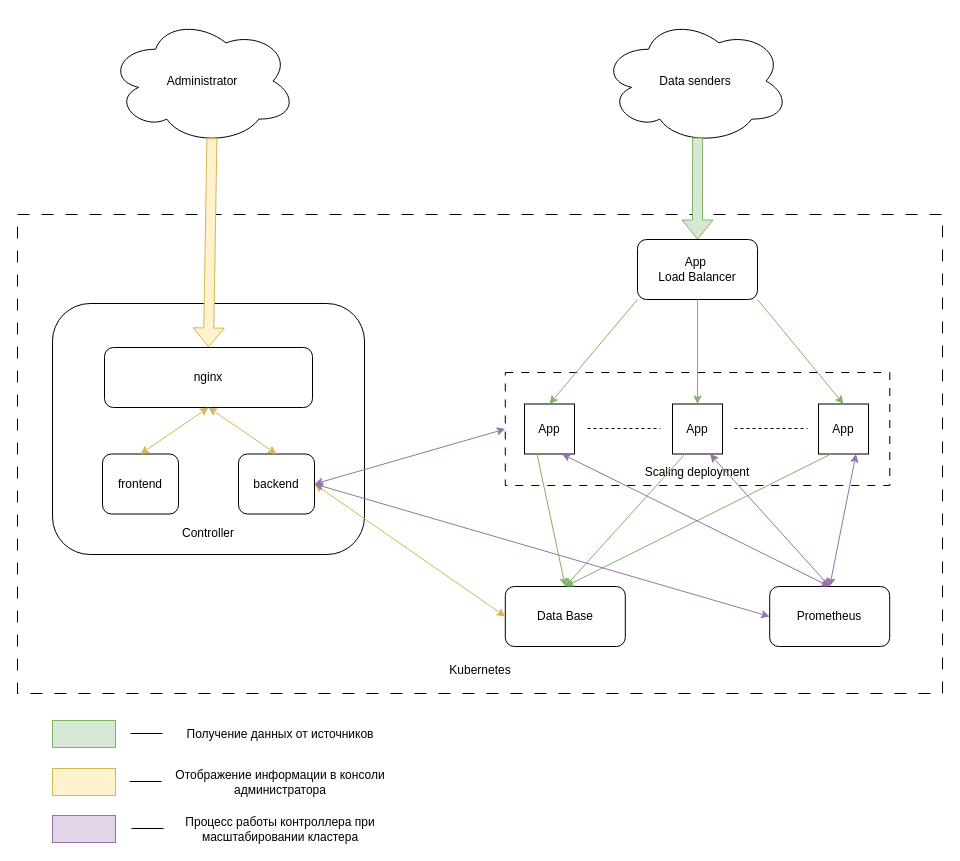
SkiStalker/BachelorsDegree keeps this draw.io diagram as text/diploma.drawio. Above is the earlier version. Source tidied: cells renumbered, new cells numbered last; positions are measured from the earlier drawing's top-left corner, leaving out a move shared by most shapes. Both pictures are drawn from the tidied source at 100%, with x=0, y=0 at pixel (17, 17).
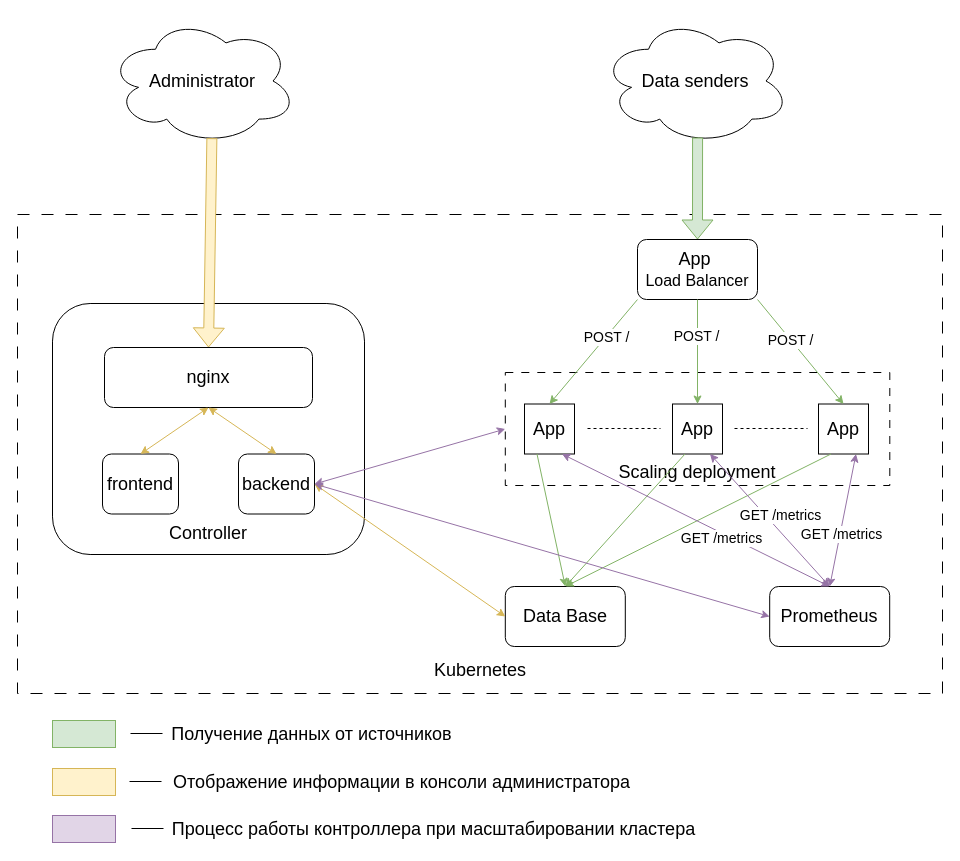
After the change.

Unchanged cells that the change refers to:
```xml
<mxCell id="11" style="endArrow=classic;html=1;rounded=0;exitX=0;exitY=1;exitDx=0;exitDy=0;entryX=0.5;entryY=0;entryDx=0;entryDy=0;fillColor=#d5e8d4;strokeColor=#82b366;" parent="1" edge="1" source="3" target="7">
  <mxGeometry relative="1" as="geometry" />
</mxCell>
<mxCell id="12" style="endArrow=classic;html=1;rounded=0;exitX=0.5;exitY=1;exitDx=0;exitDy=0;entryX=0.5;entryY=0;entryDx=0;entryDy=0;fillColor=#d5e8d4;strokeColor=#82b366;" parent="1" edge="1" source="3" target="6">
  <mxGeometry relative="1" as="geometry" />
</mxCell>
<mxCell id="13" style="endArrow=classic;html=1;rounded=0;exitX=1;exitY=1;exitDx=0;exitDy=0;entryX=0.5;entryY=0;entryDx=0;entryDy=0;fillColor=#d5e8d4;strokeColor=#82b366;" parent="1" edge="1" source="3" target="8">
  <mxGeometry relative="1" as="geometry" />
</mxCell>
<mxCell id="26" style="endArrow=classic;startArrow=classic;html=1;rounded=0;entryX=0.75;entryY=1;entryDx=0;entryDy=0;exitX=0.5;exitY=0;exitDx=0;exitDy=0;fillColor=#e1d5e7;strokeColor=#9673a6;" parent="1" edge="1" source="25" target="8">
  <mxGeometry relative="1" as="geometry" />
</mxCell>
<mxCell id="27" style="endArrow=classic;startArrow=classic;html=1;rounded=0;entryX=0.75;entryY=1;entryDx=0;entryDy=0;exitX=0.5;exitY=0;exitDx=0;exitDy=0;fillColor=#e1d5e7;strokeColor=#9673a6;" parent="1" edge="1" source="25" target="6">
  <mxGeometry relative="1" as="geometry" />
</mxCell>
<mxCell id="28" style="endArrow=classic;startArrow=classic;html=1;rounded=0;entryX=0.75;entryY=1;entryDx=0;entryDy=0;exitX=0.5;exitY=0;exitDx=0;exitDy=0;fillColor=#e1d5e7;strokeColor=#9673a6;" parent="1" edge="1" source="25" target="7">
  <mxGeometry relative="1" as="geometry" />
</mxCell>
```

What changed in the source:
```diff
@@
-    <mxCell id="3" value="App&amp;nbsp;&lt;div&gt;&lt;span style=&quot;background-color: initial;&quot;&gt;Load Balancer&lt;/span&gt;&lt;br&gt;&lt;/div&gt;" style="rounded=1;whiteSpace=wrap;html=1;" parent="1" vertex="1">
+    <mxCell id="3" value="&lt;font style=&quot;font-size: 18px;&quot;&gt;App&amp;nbsp;&lt;/font&gt;&lt;div&gt;&lt;span style=&quot;background-color: initial;&quot;&gt;&lt;font size=&quot;3&quot;&gt;Load Balancer&lt;/font&gt;&lt;/span&gt;&lt;br&gt;&lt;/div&gt;" style="rounded=1;whiteSpace=wrap;html=1;" parent="1" vertex="1">
       <mxGeometry x="620" y="222" width="120" height="60" as="geometry" />
     </mxCell>
@@
-    <mxCell id="5" value="Scaling deployment" style="text;html=1;align=center;verticalAlign=middle;whiteSpace=wrap;rounded=0;" parent="1" vertex="1">
-      <mxGeometry x="610" y="440" width="140" height="30" as="geometry" />
+    <mxCell id="5" value="&lt;font style=&quot;font-size: 18px;&quot;&gt;Scaling deployment&lt;/font&gt;" style="text;html=1;align=center;verticalAlign=middle;whiteSpace=wrap;rounded=0;" parent="1" vertex="1">
+      <mxGeometry x="593" y="440" width="174" height="30" as="geometry" />
     </mxCell>
-    <mxCell id="6" value="App" style="whiteSpace=wrap;html=1;" parent="1" vertex="1">
+    <mxCell id="6" value="&lt;font style=&quot;font-size: 18px;&quot;&gt;App&lt;/font&gt;" style="whiteSpace=wrap;html=1;" parent="1" vertex="1">
       <mxGeometry x="655" y="386.5" width="50" height="50" as="geometry" />
     </mxCell>
-    <mxCell id="7" value="App" style="whiteSpace=wrap;html=1;" parent="1" vertex="1">
+    <mxCell id="7" value="&lt;font style=&quot;font-size: 18px;&quot;&gt;App&lt;/font&gt;" style="whiteSpace=wrap;html=1;" parent="1" vertex="1">
       <mxGeometry x="507" y="386.5" width="50" height="50" as="geometry" />
     </mxCell>
-    <mxCell id="8" value="App" style="whiteSpace=wrap;html=1;" parent="1" vertex="1">
+    <mxCell id="8" value="&lt;font style=&quot;font-size: 18px;&quot;&gt;App&lt;/font&gt;" style="whiteSpace=wrap;html=1;" parent="1" vertex="1">
       <mxGeometry x="801" y="386.5" width="50" height="50" as="geometry" />
     </mxCell>
@@
+    <mxCell id="46" value="POST /" style="edgeLabel;html=1;align=center;verticalAlign=middle;fontSize=14;" parent="11" vertex="1">
+      <mxGeometry x="-0.3" y="1" relative="1" as="geometry">
+        <mxPoint x="-1" as="offset" />
+      </mxGeometry>
+    </mxCell>
@@
+    <mxCell id="47" value="&lt;font style=&quot;font-size: 14px;&quot;&gt;POST /&lt;/font&gt;" style="edgeLabel;html=1;align=center;verticalAlign=middle;" parent="12" vertex="1">
+      <mxGeometry x="-0.25" y="-1" relative="1" as="geometry">
+        <mxPoint x="-1" y="-3" as="offset" />
+      </mxGeometry>
+    </mxCell>
@@
+    <mxCell id="48" value="&lt;font style=&quot;font-size: 14px;&quot;&gt;POST /&lt;/font&gt;" style="edgeLabel;html=1;align=center;verticalAlign=middle;" parent="13" vertex="1">
+      <mxGeometry x="-0.31" relative="1" as="geometry">
+        <mxPoint x="3" y="4" as="offset" />
+      </mxGeometry>
+    </mxCell>
-    <mxCell id="14" value="&lt;span style=&quot;background-color: rgb(255, 255, 255);&quot;&gt;Data Base&lt;/span&gt;" style="rounded=1;whiteSpace=wrap;html=1;" parent="1" vertex="1">
+    <mxCell id="14" value="&lt;span style=&quot;background-color: rgb(255, 255, 255);&quot;&gt;&lt;font style=&quot;font-size: 18px;&quot;&gt;Data Base&lt;/font&gt;&lt;/span&gt;" style="rounded=1;whiteSpace=wrap;html=1;" parent="1" vertex="1">
       <mxGeometry x="487.8" y="569" width="120" height="60" as="geometry" />
     </mxCell>
@@
-    <mxCell id="19" value="Controller" style="text;html=1;align=center;verticalAlign=middle;whiteSpace=wrap;rounded=0;" parent="1" vertex="1">
+    <mxCell id="19" value="&lt;font style=&quot;font-size: 18px;&quot;&gt;Controller&lt;/font&gt;" style="text;html=1;align=center;verticalAlign=middle;whiteSpace=wrap;rounded=0;" parent="1" vertex="1">
       <mxGeometry x="161" y="501" width="60" height="30" as="geometry" />
     </mxCell>
-    <mxCell id="20" value="nginx" style="rounded=1;whiteSpace=wrap;html=1;" parent="1" vertex="1">
+    <mxCell id="20" value="&lt;font style=&quot;font-size: 18px;&quot;&gt;nginx&lt;/font&gt;" style="rounded=1;whiteSpace=wrap;html=1;" parent="1" vertex="1">
       <mxGeometry x="87" y="330" width="208" height="60" as="geometry" />
     </mxCell>
-    <mxCell id="21" value="frontend" style="rounded=1;whiteSpace=wrap;html=1;" parent="1" vertex="1">
+    <mxCell id="21" value="&lt;font style=&quot;font-size: 18px;&quot;&gt;frontend&lt;/font&gt;" style="rounded=1;whiteSpace=wrap;html=1;" parent="1" vertex="1">
       <mxGeometry x="85" y="436.5" width="76" height="60" as="geometry" />
     </mxCell>
-    <mxCell id="22" value="backend" style="rounded=1;whiteSpace=wrap;html=1;" parent="1" vertex="1">
+    <mxCell id="22" value="&lt;font style=&quot;font-size: 18px;&quot;&gt;backend&lt;/font&gt;" style="rounded=1;whiteSpace=wrap;html=1;" parent="1" vertex="1">
       <mxGeometry x="221" y="436.5" width="76" height="60" as="geometry" />
     </mxCell>
@@
-    <mxCell id="25" value="Prometheus" style="rounded=1;whiteSpace=wrap;html=1;" parent="1" vertex="1">
+    <mxCell id="25" value="&lt;font style=&quot;font-size: 18px;&quot;&gt;Prometheus&lt;/font&gt;" style="rounded=1;whiteSpace=wrap;html=1;" parent="1" vertex="1">
       <mxGeometry x="752.2" y="569" width="120" height="60" as="geometry" />
     </mxCell>
@@
+    <mxCell id="49" value="&lt;font style=&quot;font-size: 14px;&quot;&gt;GET /metrics&lt;/font&gt;" style="edgeLabel;html=1;align=center;verticalAlign=middle;" parent="26" vertex="1">
+      <mxGeometry x="-0.2" y="-1" relative="1" as="geometry" />
+    </mxCell>
@@
+    <mxCell id="50" value="&lt;font style=&quot;font-size: 14px;&quot;&gt;GET /metrics&lt;/font&gt;" style="edgeLabel;html=1;align=center;verticalAlign=middle;" parent="27" vertex="1">
+      <mxGeometry x="-0.11" relative="1" as="geometry">
+        <mxPoint x="3" y="-13" as="offset" />
+      </mxGeometry>
+    </mxCell>
@@
+    <mxCell id="51" value="&lt;font style=&quot;font-size: 14px;&quot;&gt;GET /metrics&lt;/font&gt;" style="edgeLabel;html=1;align=center;verticalAlign=middle;" parent="28" vertex="1">
+      <mxGeometry x="-0.19" y="1" relative="1" as="geometry">
+        <mxPoint y="4" as="offset" />
+      </mxGeometry>
+    </mxCell>
@@
-    <mxCell id="32" value="Data senders" style="ellipse;shape=cloud;whiteSpace=wrap;html=1;" parent="1" vertex="1">
+    <mxCell id="32" value="&lt;font style=&quot;font-size: 18px;&quot;&gt;Data senders&lt;/font&gt;" style="ellipse;shape=cloud;whiteSpace=wrap;html=1;" parent="1" vertex="1">
       <mxGeometry x="584" width="188" height="127" as="geometry" />
     </mxCell>
-    <mxCell id="33" value="Administrator" style="ellipse;shape=cloud;whiteSpace=wrap;html=1;" parent="1" vertex="1">
+    <mxCell id="33" value="&lt;font style=&quot;font-size: 18px;&quot;&gt;Administrator&lt;/font&gt;" style="ellipse;shape=cloud;whiteSpace=wrap;html=1;" parent="1" vertex="1">
       <mxGeometry x="91" width="188" height="127" as="geometry" />
     </mxCell>
@@
-    <mxCell id="39" value="Получение данных от источников" style="text;html=1;align=center;verticalAlign=middle;whiteSpace=wrap;rounded=0;" parent="1" vertex="1">
-      <mxGeometry x="135" y="701.5" width="256" height="30" as="geometry" />
+    <mxCell id="39" value="&lt;font style=&quot;font-size: 18px;&quot;&gt;Получение данных от источников&lt;/font&gt;" style="text;html=1;align=center;verticalAlign=middle;whiteSpace=wrap;rounded=0;" parent="1" vertex="1">
+      <mxGeometry x="135" y="701.5" width="319" height="30" as="geometry" />
     </mxCell>
-    <mxCell id="40" value="Отображение информации в консоли администратора" style="text;html=1;align=center;verticalAlign=middle;whiteSpace=wrap;rounded=0;" parent="1" vertex="1">
-      <mxGeometry x="135" y="749.5" width="256" height="30" as="geometry" />
+    <mxCell id="40" value="&lt;font style=&quot;font-size: 18px;&quot;&gt;Отображение информации в консоли администратора&lt;/font&gt;" style="text;html=1;align=center;verticalAlign=middle;whiteSpace=wrap;rounded=0;" parent="1" vertex="1">
+      <mxGeometry x="135" y="749.5" width="499" height="30" as="geometry" />
     </mxCell>
-    <mxCell id="41" value="Процесс работы контроллера при масштабировании кластера" style="text;html=1;align=center;verticalAlign=middle;whiteSpace=wrap;rounded=0;" parent="1" vertex="1">
-      <mxGeometry x="135" y="796.5" width="256" height="30" as="geometry" />
+    <mxCell id="41" value="&lt;font style=&quot;font-size: 18px;&quot;&gt;Процесс работы контроллера при масштабировании кластера&lt;/font&gt;" style="text;html=1;align=center;verticalAlign=middle;whiteSpace=wrap;rounded=0;" parent="1" vertex="1">
+      <mxGeometry x="135" y="796.5" width="563" height="30" as="geometry" />
     </mxCell>
@@
-    <mxCell id="45" value="Kubernetes" style="text;html=1;align=center;verticalAlign=middle;whiteSpace=wrap;rounded=0;" parent="1" vertex="1">
+    <mxCell id="45" value="&lt;font style=&quot;font-size: 18px;&quot;&gt;Kubernetes&lt;/font&gt;" style="text;html=1;align=center;verticalAlign=middle;whiteSpace=wrap;rounded=0;" parent="1" vertex="1">
       <mxGeometry x="432.5" y="638" width="60" height="30" as="geometry" />
     </mxCell>
```
